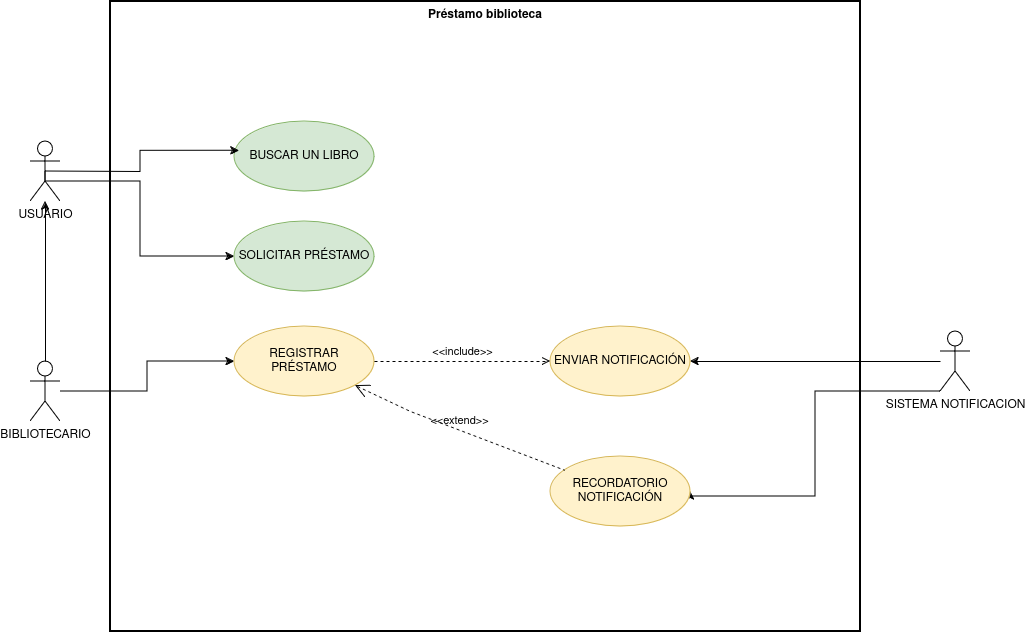
Cdiagal/io-dig keeps this draw.io diagram as Diagrama sin título.drawio copy.png. Above is the earlier version. Source tidied: cells renumbered, new cells last; positions are measured from the earlier drawing's top-left corner, leaving out a move shared by most shapes.
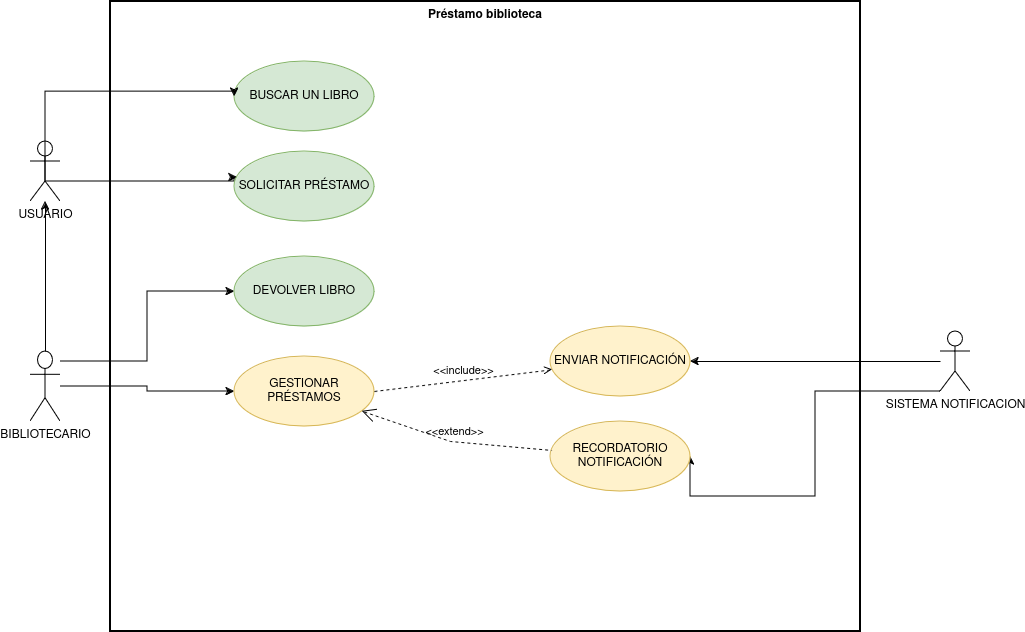
Above is the later version.

The edit, as a diff of the source:
```diff
@@ -5,12 +5,12 @@
     <mxCell id="2" value="Préstamo biblioteca" style="shape=rect;html=1;verticalAlign=top;fontStyle=1;whiteSpace=wrap;align=center;fillColor=none;strokeWidth=2;" parent="1" vertex="1">
       <mxGeometry x="80" width="750" height="630" as="geometry" />
     </mxCell>
-    <mxCell id="3" style="edgeStyle=orthogonalEdgeStyle;rounded=0;jettySize=auto;html=1;entryX=0;entryY=0.5;entryDx=0;entryDy=0;exitX=0.5;exitY=0.5;exitDx=0;exitDy=0;exitPerimeter=0;" parent="1" edge="1" source="4" target="11">
+    <mxCell id="3" style="edgeStyle=orthogonalEdgeStyle;rounded=0;jettySize=auto;html=1;entryX=0.021;entryY=0.371;entryDx=0;entryDy=0;exitX=0.5;exitY=0.5;exitDx=0;exitDy=0;exitPerimeter=0;entryPerimeter=0;" parent="1" edge="1" source="4" target="11">
       <mxGeometry relative="1" as="geometry">
         <Array as="points">
           <mxPoint x="15" y="180" />
-          <mxPoint x="110" y="180" />
-          <mxPoint x="110" y="255" />
+          <mxPoint x="204" y="180" />
+          <mxPoint x="204" y="176" />
         </Array>
       </mxGeometry>
     </mxCell>
@@ -18,13 +18,21 @@
       <mxGeometry y="140" width="30" height="60" as="geometry" />
     </mxCell>
     <mxCell id="5" value="BUSCAR UN LIBRO" style="ellipse;whiteSpace=wrap;html=1;fillColor=#d5e8d4;strokeColor=#82b366;" parent="1" vertex="1">
-      <mxGeometry x="204" y="120" width="140" height="70" as="geometry" />
+      <mxGeometry x="204" y="60" width="140" height="70" as="geometry" />
     </mxCell>
     <mxCell id="6" style="edgeStyle=orthogonalEdgeStyle;rounded=0;jettySize=auto;html=1;entryX=0;entryY=0.5;entryDx=0;entryDy=0;" parent="1" edge="1" source="7" target="12">
       <mxGeometry relative="1" as="geometry" />
     </mxCell>
+    <mxCell id="19" style="edgeStyle=orthogonalEdgeStyle;rounded=0;jettySize=auto;html=1;entryX=0;entryY=0.5;entryDx=0;entryDy=0;" parent="1" edge="1" source="7" target="20">
+      <mxGeometry relative="1" as="geometry">
+        <Array as="points">
+          <mxPoint x="117" y="360" />
+          <mxPoint x="117" y="290" />
+        </Array>
+      </mxGeometry>
+    </mxCell>
     <mxCell id="7" value="BIBLIOTECARIO" style="shape=umlActor;html=1;verticalLabelPosition=bottom;verticalAlign=top;align=center;" parent="1" vertex="1">
-      <mxGeometry y="360" width="30" height="60" as="geometry" />
+      <mxGeometry y="350" width="30" height="70" as="geometry" />
     </mxCell>
     <mxCell id="8" style="edgeStyle=orthogonalEdgeStyle;rounded=0;jettySize=auto;html=1;" parent="1" edge="1" source="10" target="16">
       <mxGeometry relative="1" as="geometry" />
@@ -41,17 +49,21 @@
       <mxGeometry x="910" y="330" width="30" height="60" as="geometry" />
     </mxCell>
     <mxCell id="11" value="SOLICITAR PRÉSTAMO" style="ellipse;whiteSpace=wrap;html=1;fillColor=#d5e8d4;strokeColor=#82b366;" parent="1" vertex="1">
-      <mxGeometry x="204" y="220" width="140" height="70" as="geometry" />
+      <mxGeometry x="204" y="150" width="140" height="70" as="geometry" />
     </mxCell>
-    <mxCell id="12" value="REGISTRAR PRÉSTAMO" style="ellipse;whiteSpace=wrap;html=1;fillColor=#fff2cc;strokeColor=#d6b656;" parent="1" vertex="1">
-      <mxGeometry x="204" y="325" width="140" height="70" as="geometry" />
+    <mxCell id="12" value="GESTIONAR PRÉSTAMOS" style="ellipse;whiteSpace=wrap;html=1;fillColor=#fff2cc;strokeColor=#d6b656;" parent="1" vertex="1">
+      <mxGeometry x="204" y="355" width="140" height="70" as="geometry" />
     </mxCell>
     <mxCell id="13" value="RECORDATORIO NOTIFICACIÓN" style="ellipse;whiteSpace=wrap;html=1;fillColor=#fff2cc;strokeColor=#d6b656;" parent="1" vertex="1">
-      <mxGeometry x="520" y="455" width="140" height="70" as="geometry" />
+      <mxGeometry x="520" y="420" width="140" height="70" as="geometry" />
     </mxCell>
-    <mxCell id="14" style="edgeStyle=orthogonalEdgeStyle;rounded=0;jettySize=auto;html=1;entryX=0.034;entryY=0.418;entryDx=0;entryDy=0;entryPerimeter=0;" parent="1" edge="1" target="5">
+    <mxCell id="14" style="edgeStyle=orthogonalEdgeStyle;rounded=0;jettySize=auto;html=1;entryX=0;entryY=0.5;entryDx=0;entryDy=0;" parent="1" edge="1" target="5">
       <mxGeometry relative="1" as="geometry">
         <mxPoint x="15" y="170" as="sourcePoint" />
+        <Array as="points">
+          <mxPoint x="15" y="90" />
+          <mxPoint x="204" y="90" />
+        </Array>
       </mxGeometry>
     </mxCell>
     <mxCell id="15" style="edgeStyle=orthogonalEdgeStyle;rounded=0;jettySize=auto;html=1;" parent="1" edge="1" source="7" target="4">
@@ -66,9 +78,12 @@
     <mxCell id="18" value="&amp;lt;&amp;lt;extend&amp;gt;&amp;gt;" style="edgeStyle=none;html=1;startArrow=open;endArrow=none;startSize=12;verticalAlign=bottom;dashed=1;labelBackgroundColor=none;rounded=0;" parent="1" edge="1" source="12" target="13">
       <mxGeometry relative="1" as="geometry">
         <Array as="points">
-          <mxPoint x="380" y="410" />
+          <mxPoint x="420" y="440" />
         </Array>
       </mxGeometry>
     </mxCell>
+    <mxCell id="20" value="DEVOLVER LIBRO" style="ellipse;whiteSpace=wrap;html=1;fillColor=#d5e8d4;strokeColor=#82b366;" parent="1" vertex="1">
+      <mxGeometry x="204" y="255" width="140" height="70" as="geometry" />
+    </mxCell>
   </root>
 </mxGraphModel>
```
